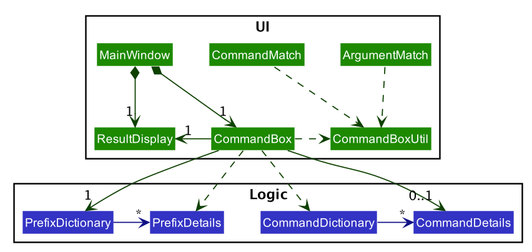
The PlantUML diagram docs/images/SyntaxHighlightingClassDiagram.png in nus-cs2103-AY1920S2/addressbook-level3, before a commit. The source it was exported from:
```plantuml
@startuml








skinparam BackgroundColor #FFFFFFF

skinparam Shadowing false

skinparam Class {
    FontColor #FFFFFF
    BorderThickness 1
    BorderColor #FFFFFF
    StereotypeFontColor #FFFFFF
    FontName Arial
}

skinparam Actor {
    BorderColor #000000
    Color #000000
    FontName Arial
}

skinparam Sequence {
    MessageAlign center
    BoxFontSize 15
    BoxPadding 0
    BoxFontColor #FFFFFF
    FontName Arial
}

skinparam Participant {
    FontColor #FFFFFFF
    Padding 20
}

skinparam MinClassWidth 50
skinparam ParticipantPadding 10
skinparam Shadowing false
skinparam DefaultTextAlignment center
skinparam packageStyle Rectangle

hide footbox
hide members
hide circle
skinparam arrowThickness 1.1
skinparam arrowColor #0E4100
skinparam classBackgroundColor #1D8900

package UI <<Rectangle>>{
    Class MainWindow
    Class ResultDisplay
    Class CommandBox
    Class CommandBoxUtil
    Class ArgumentMatch
    Class CommandMatch
}

package Logic <<Rectangle>>{
    Class CommandDictionary #3333C4
    Class CommandDetails #3333C4
    Class PrefixDictionary #3333C4
    Class PrefixDetails #3333C4
}

CommandDictionary -right[#101086]-> "*" CommandDetails
PrefixDictionary -right[#101086]-> "*" PrefixDetails

MainWindow *-right-> "1" CommandBox
MainWindow *-down-> "1" ResultDisplay

CommandBox -left-> "1" ResultDisplay
CommandBox .right.> CommandBoxUtil

CommandBox -down-> "0..1" CommandDetails
CommandBox .down.> CommandDictionary
CommandBox .down.> PrefixDetails
CommandBox -down-> "1" PrefixDictionary

CommandMatch .down.> CommandBoxUtil
ArgumentMatch .down.> CommandBoxUtil
@enduml
```
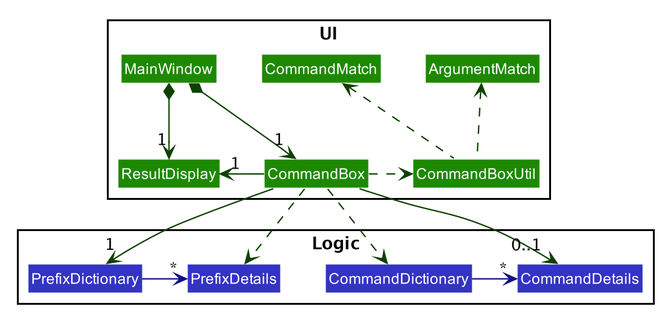
After the change.

Commit message:
Update syntax highlighting section in DG

What changed in the source:
```diff
@@ -81,6 +81,7 @@
 CommandBox .down.> PrefixDetails
 CommandBox -down-> "1" PrefixDictionary
 
-CommandMatch .down.> CommandBoxUtil
-ArgumentMatch .down.> CommandBoxUtil
+CommandBoxUtil .up.> CommandMatch
+CommandBoxUtil .up.> ArgumentMatch
+
 @enduml
```
